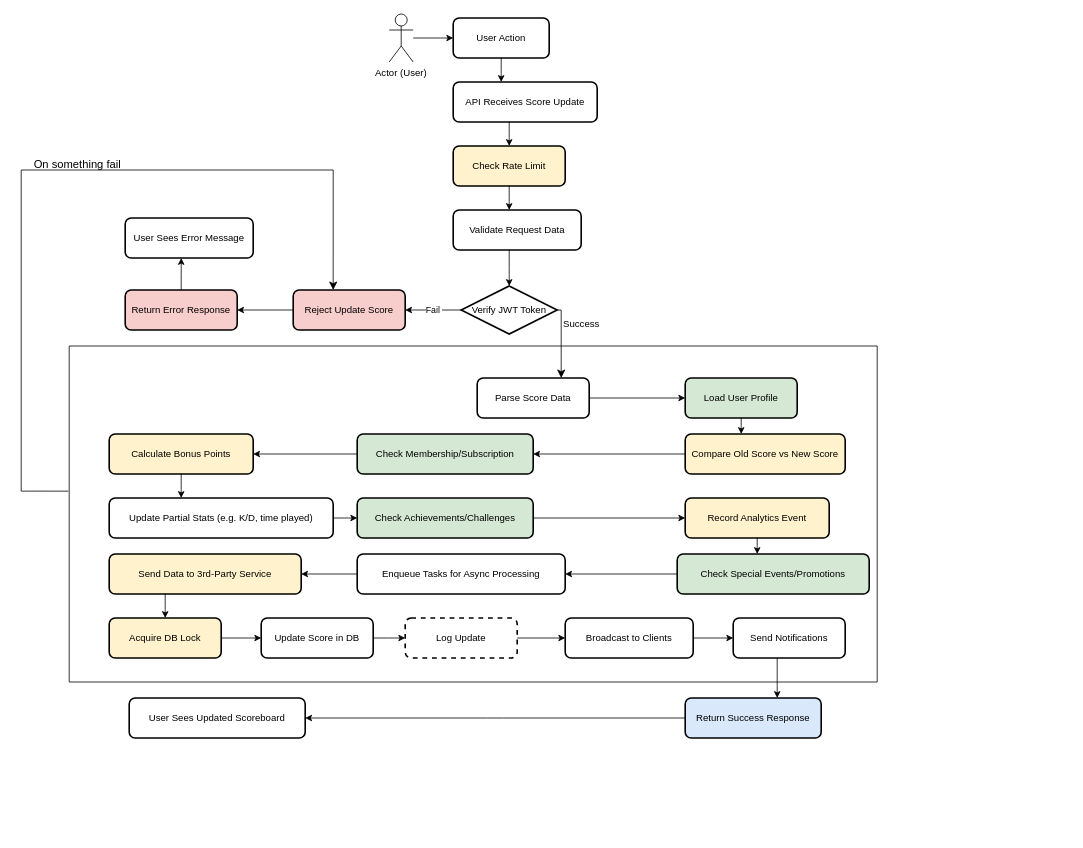
Above: problem_6_architecture/scoreboard_flow_full.drawio in BiaDN/Hoang-Vu-Nam-Tan (draw.io), before the change. Source tidied: cells renumbered, new cells numbered last; positions are measured from the earlier drawing's top-left corner, leaving out a move shared by most shapes. Both pictures are drawn from the tidied source at 80%, with x=0, y=0 at pixel (21, 14).
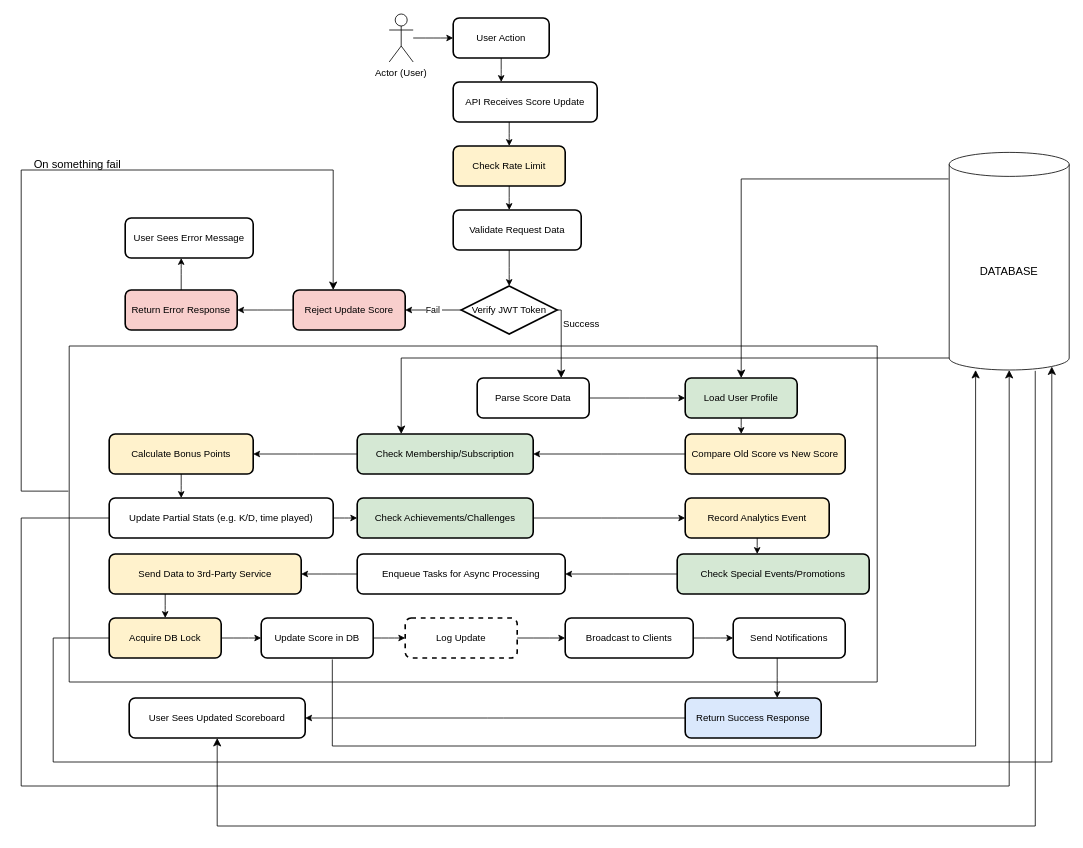
The same page after the edit.

Unchanged cells that the change refers to:
```xml
<mxCell id="21" value="User Sees Updated Scoreboard" style="rounded=1;whiteSpace=wrap;html=1;strokeWidth=2;" parent="1" vertex="1">
  <mxGeometry x="135" y="855" width="220" height="50" as="geometry" />
</mxCell>
<mxCell id="25" value="Load User Profile" style="rounded=1;whiteSpace=wrap;html=1;strokeWidth=2;fillColor=#d5e8d4;" parent="23" vertex="1">
  <mxGeometry x="770" y="40" width="140" height="50" as="geometry" />
</mxCell>
<mxCell id="27" value="Check Membership/Subscription" style="rounded=1;whiteSpace=wrap;html=1;strokeWidth=2;fillColor=#d5e8d4;" parent="23" vertex="1">
  <mxGeometry x="360" y="110" width="220" height="50" as="geometry" />
</mxCell>
<mxCell id="29" value="Acquire DB Lock" style="rounded=1;whiteSpace=wrap;html=1;strokeWidth=2;fillColor=#fff2cc;" parent="23" vertex="1">
  <mxGeometry x="50" y="340" width="140" height="50" as="geometry" />
</mxCell>
<mxCell id="30" value="Update Score in DB" style="rounded=1;whiteSpace=wrap;html=1;strokeWidth=2;" parent="23" vertex="1">
  <mxGeometry x="240" y="340" width="140" height="50" as="geometry" />
</mxCell>
<mxCell id="44" value="Update Partial Stats (e.g. K/D, time played)" style="rounded=1;whiteSpace=wrap;html=1;strokeWidth=2;" parent="23" vertex="1">
  <mxGeometry x="50" y="190" width="280" height="50" as="geometry" />
</mxCell>
```

What changed in the source:
```diff
@@
+    <mxCell id="59" value="&lt;font style=&quot;font-size: 14px;&quot;&gt;DATABASE&lt;/font&gt;" style="shape=cylinder3;whiteSpace=wrap;html=1;boundedLbl=1;backgroundOutline=1;size=15;" parent="1" vertex="1">
+      <mxGeometry x="1160" y="173" width="150" height="272" as="geometry" />
+    </mxCell>
+    <mxCell id="60" style="edgeStyle=segmentEdgeStyle;endArrow=classic;html=1;curved=0;rounded=0;endSize=8;startSize=8;exitX=-0.005;exitY=0.122;exitDx=0;exitDy=0;exitPerimeter=0;entryX=0.5;entryY=0;entryDx=0;entryDy=0;" parent="1" edge="1" source="59" target="25">
+      <mxGeometry relative="1" as="geometry" />
+    </mxCell>
+    <mxCell id="61" style="edgeStyle=segmentEdgeStyle;endArrow=classic;html=1;curved=0;rounded=0;endSize=8;startSize=8;exitX=0;exitY=1;exitDx=0;exitDy=-15;exitPerimeter=0;entryX=0.25;entryY=0;entryDx=0;entryDy=0;" parent="1" edge="1" source="59" target="27">
+      <mxGeometry relative="1" as="geometry" />
+    </mxCell>
+    <mxCell id="62" style="edgeStyle=segmentEdgeStyle;endArrow=classic;html=1;curved=0;rounded=0;endSize=8;startSize=8;exitX=0;exitY=0.5;exitDx=0;exitDy=0;entryX=0.5;entryY=1;entryDx=0;entryDy=0;entryPerimeter=0;" parent="1" edge="1" source="44" target="59">
+      <mxGeometry relative="1" as="geometry">
+        <Array as="points">
+          <mxPoint y="630" />
+          <mxPoint y="965" />
+          <mxPoint x="1235" y="965" />
+        </Array>
+      </mxGeometry>
+    </mxCell>
+    <mxCell id="63" style="edgeStyle=segmentEdgeStyle;endArrow=classic;html=1;curved=0;rounded=0;endSize=8;startSize=8;exitX=0;exitY=0.5;exitDx=0;exitDy=0;entryX=0.855;entryY=1;entryDx=0;entryDy=-4.35;entryPerimeter=0;" parent="1" edge="1" source="29" target="59">
+      <mxGeometry relative="1" as="geometry">
+        <Array as="points">
+          <mxPoint x="40" y="780" />
+          <mxPoint x="40" y="935" />
+          <mxPoint x="1288" y="935" />
+        </Array>
+      </mxGeometry>
+    </mxCell>
+    <mxCell id="64" style="edgeStyle=segmentEdgeStyle;endArrow=classic;html=1;curved=0;rounded=0;endSize=8;startSize=8;exitX=0.635;exitY=1.035;exitDx=0;exitDy=0;exitPerimeter=0;" parent="1" edge="1" source="30">
+      <mxGeometry relative="1" as="geometry">
+        <mxPoint x="1193" y="445" as="targetPoint" />
+        <Array as="points">
+          <mxPoint x="389" y="915" />
+          <mxPoint x="1193" y="915" />
+        </Array>
+      </mxGeometry>
+    </mxCell>
+    <mxCell id="65" style="edgeStyle=segmentEdgeStyle;endArrow=classic;html=1;curved=0;rounded=0;endSize=8;startSize=8;exitX=0.717;exitY=1.004;exitDx=0;exitDy=0;exitPerimeter=0;entryX=0.5;entryY=1;entryDx=0;entryDy=0;" parent="1" edge="1" source="59" target="21">
+      <mxGeometry relative="1" as="geometry">
+        <Array as="points">
+          <mxPoint x="1268" y="1015" />
+          <mxPoint x="245" y="1015" />
+        </Array>
+      </mxGeometry>
+    </mxCell>
```
